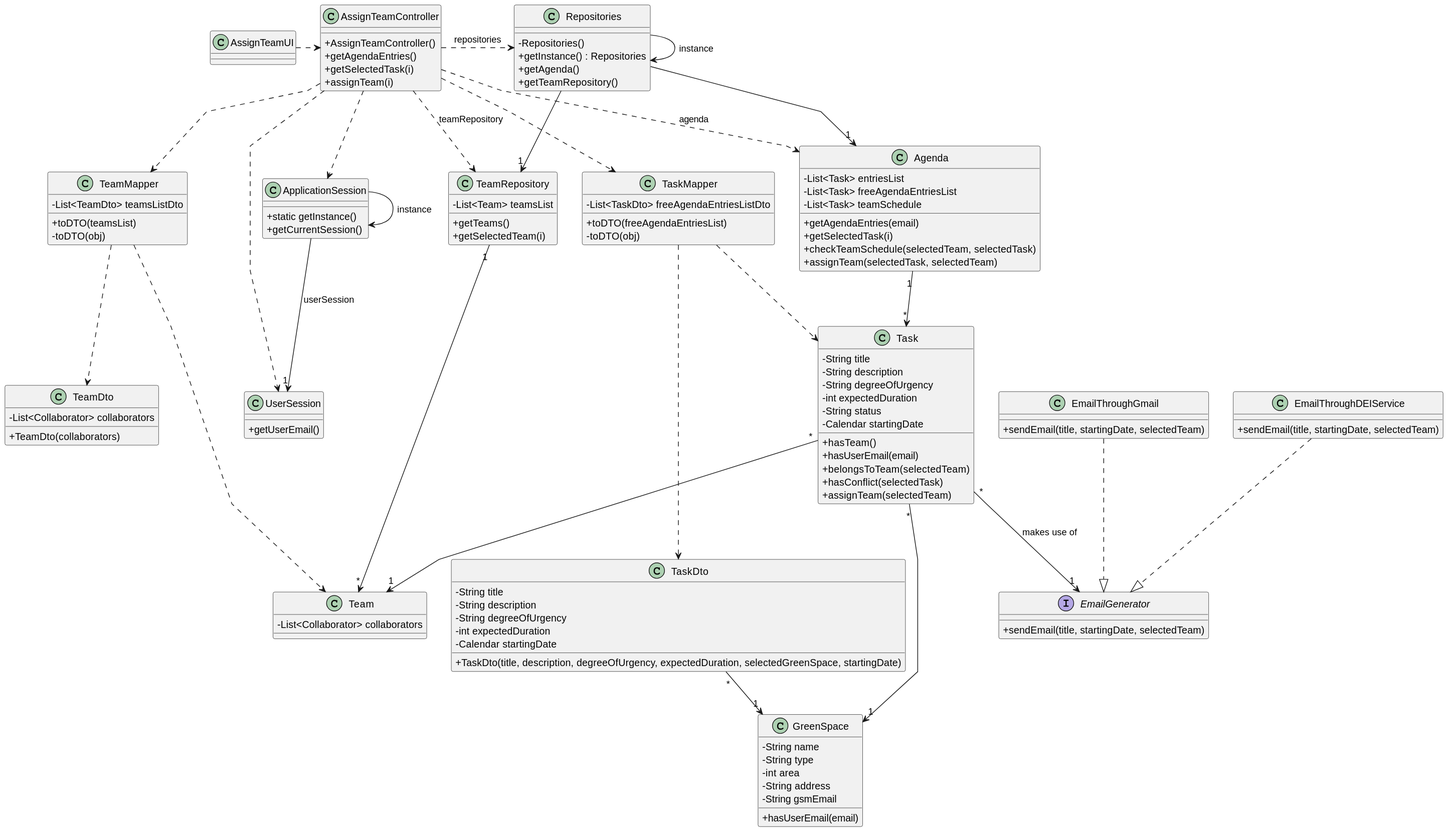
This is docs/sprintC/us023/03.design/svg/us023-class-diagram.svg from Departamento-de-Engenharia-Informatica/lei-24-s2-1dm-g132, a PlantUML export, as it was before one commit.
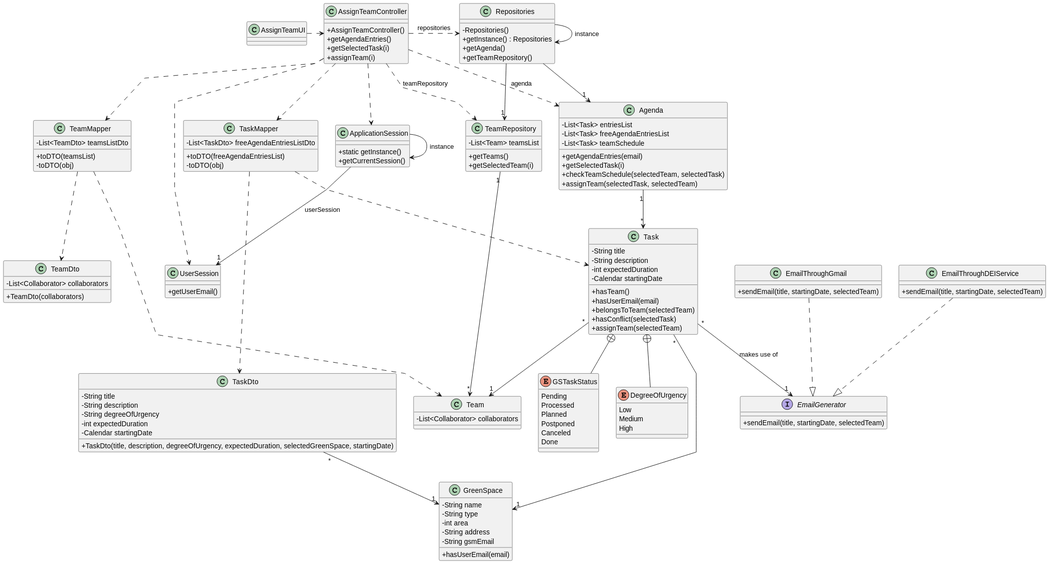
Above is the later version.

Commit message:
US21 and 22 validation changes in GSTask class

What changed in the source:
```diff
@@ -70,15 +70,30 @@
 {
     - String title
     - String description
-    - String degreeOfUrgency
     - int expectedDuration
-    - String status
     - Calendar startingDate
     + hasTeam()
     + hasUserEmail(email)
     + belongsToTeam(selectedTeam)
     + hasConflict(selectedTask)
     + assignTeam(selectedTeam)
+}
+
+enum DegreeOfUrgency
+{
+    Low
+    Medium
+    High
+}
+
+enum GSTaskStatus
+{
+    Pending
+    Processed
+    Planned
+    Postponed
+    Canceled
+    Done
 }
 
 class TeamRepository
@@ -131,6 +146,9 @@
     + sendEmail(title, startingDate, selectedTeam)
 }
 
+Task +-- DegreeOfUrgency
+Task +-- GSTaskStatus
+
 Repositories -> Repositories : instance
 ApplicationSession -> ApplicationSession : instance
 
```
